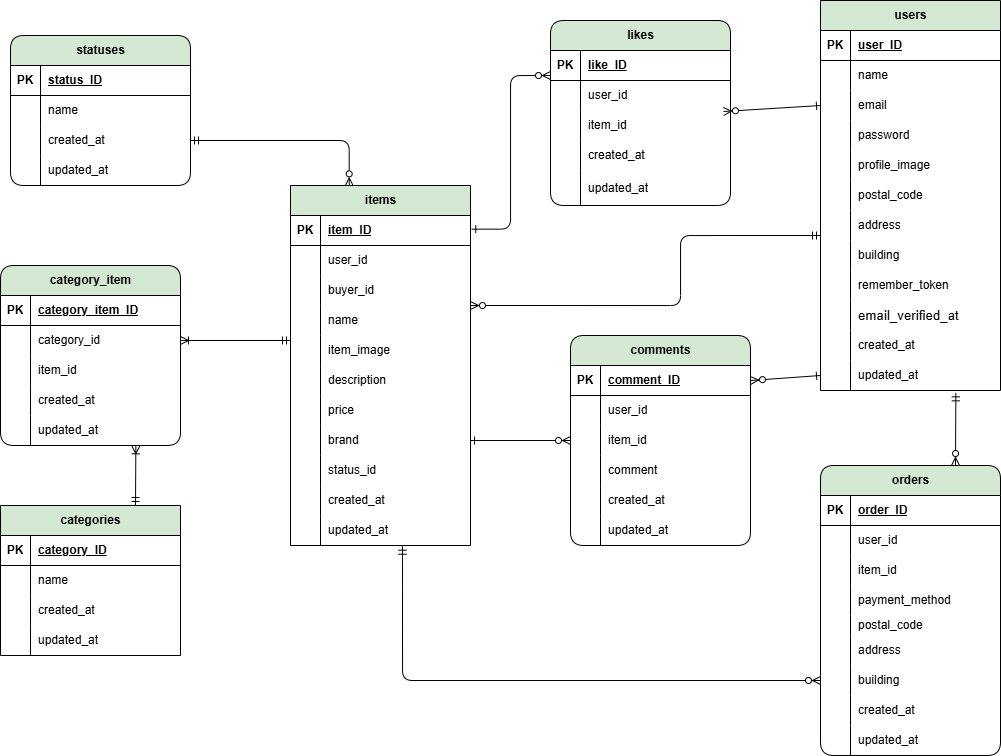
Before: readme-assets/table.drawio.png, a diagram exported from draw.io (yoki229/COACHTECHfurima). Source tidied: cells renumbered, new cells last; positions are measured from the earlier drawing's top-left corner, leaving out a move shared by most shapes.
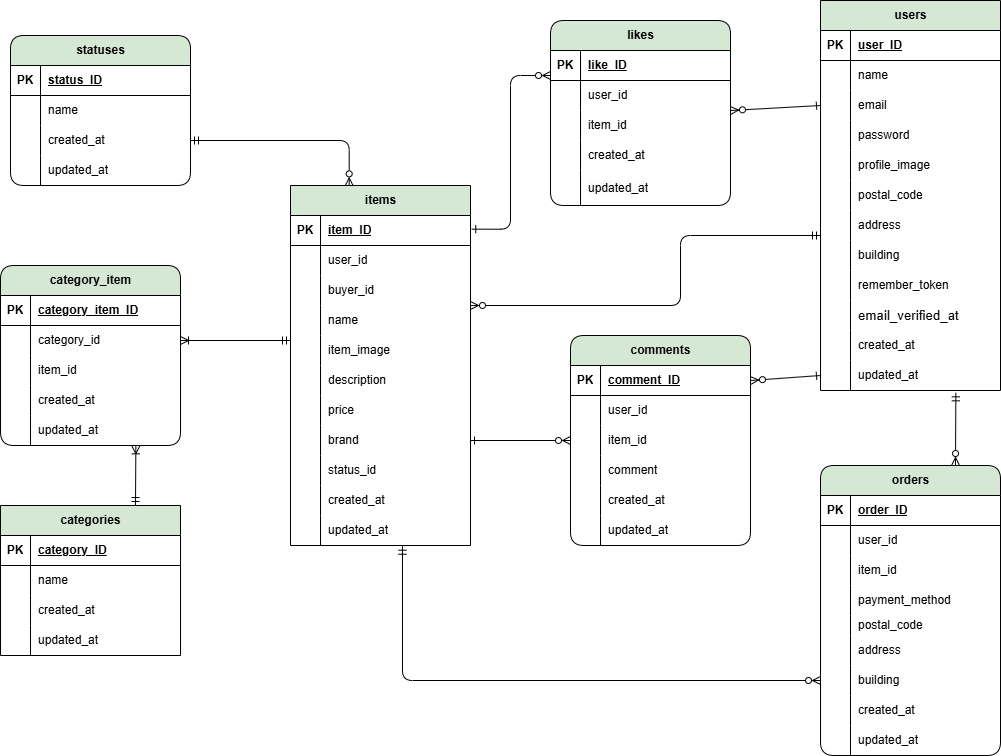
After the change.

The edit, as a diff of the source:
```diff
@@ -549,8 +549,10 @@
     <mxCell id="181" style="edgeStyle=none;html=1;exitX=1;exitY=0.5;exitDx=0;exitDy=0;entryX=0;entryY=0.5;entryDx=0;entryDy=0;startArrow=ERzeroToMany;startFill=0;endArrow=ERone;endFill=0;" parent="1" edge="1" source="118" target="36">
       <mxGeometry relative="1" as="geometry" />
     </mxCell>
-    <mxCell id="182" style="edgeStyle=none;html=1;exitX=0.961;exitY=1.033;exitDx=0;exitDy=0;entryX=0;entryY=0.5;entryDx=0;entryDy=0;startArrow=ERzeroToMany;startFill=0;endArrow=ERone;endFill=0;exitPerimeter=0;" parent="1" edge="1" source="105" target="9">
-      <mxGeometry relative="1" as="geometry" />
+    <mxCell id="182" style="edgeStyle=none;html=1;entryX=0;entryY=0.5;entryDx=0;entryDy=0;startArrow=ERzeroToMany;startFill=0;endArrow=ERone;endFill=0;" parent="1" edge="1" target="9">
+      <mxGeometry relative="1" as="geometry">
+        <mxPoint x="730" y="110" as="sourcePoint" />
+      </mxGeometry>
     </mxCell>
     <mxCell id="183" style="html=1;exitX=0;exitY=0.5;exitDx=0;exitDy=0;startArrow=ERzeroToMany;startFill=0;endArrow=ERmandOne;endFill=0;edgeStyle=orthogonalEdgeStyle;entryX=0.622;entryY=1.024;entryDx=0;entryDy=0;entryPerimeter=0;" parent="1" edge="1" source="92" target="70">
       <mxGeometry relative="1" as="geometry" />
```
